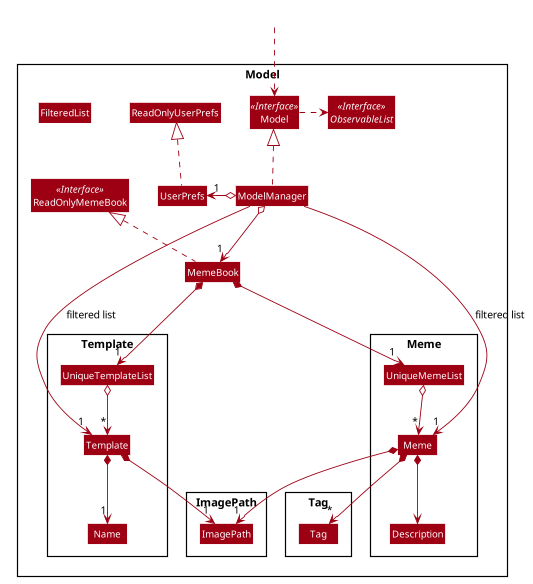
nus-cs2103-AY1920S1/addressbook-level3 keeps this PlantUML diagram as docs/images/ModelClassDiagram.png. Above is the earlier version.
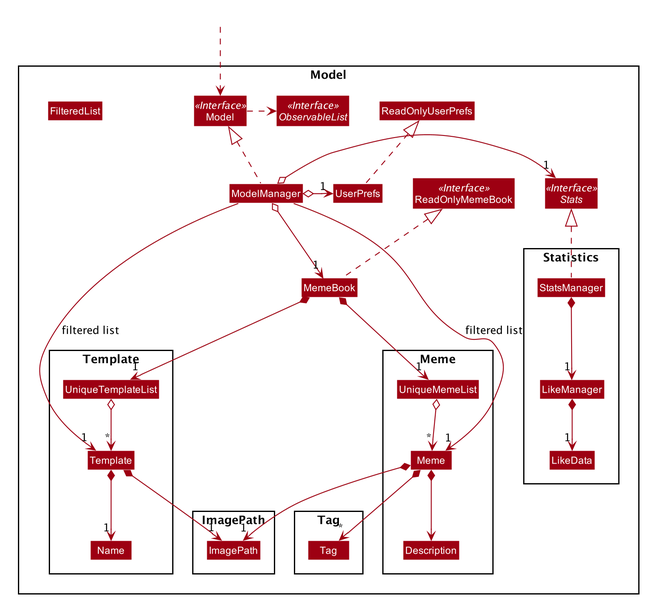
Later version of the same file.

Commit message:
Add stats: like meme section to Developer Guide (#80)

Diff of the diagram source:
```diff
@@ -55,6 +55,7 @@
 Interface ReadOnlyMemeBook <<Interface>>
 Interface Model <<Interface>>
 Interface ObservableList <<Interface>>
+Interface Stats <<Interface>>
 Class MemeBook
 Class ReadOnlyMemeBook
 Class Model
@@ -75,6 +76,12 @@
 Class UniqueTemplateList
 }
 
+Package Statistics {
+Class StatsManager
+Class LikeData
+Class LikeManager
+}
+
 Package Tag {
 Class Tag
 }
@@ -93,6 +100,7 @@
 Model .right.> ObservableList
 ModelManager o--> "1" MemeBook
 ModelManager o-left-> "1" UserPrefs
+ModelManager o-right-> "1" Stats
 UserPrefs .up.|> ReadOnlyUserPrefs
 
 MemeBook *--> "1" UniqueMemeList
@@ -106,6 +114,10 @@
 Template *--> "1" Name
 Template *--> "1" ImagePath
 
+StatsManager .up.|> Stats
+StatsManager *--> "1" LikeManager
+LikeManager *--> "1" LikeData
+
 ModelManager -->"1" Meme : filtered list
 ModelManager -->"1" Template : filtered list
 @enduml
```
